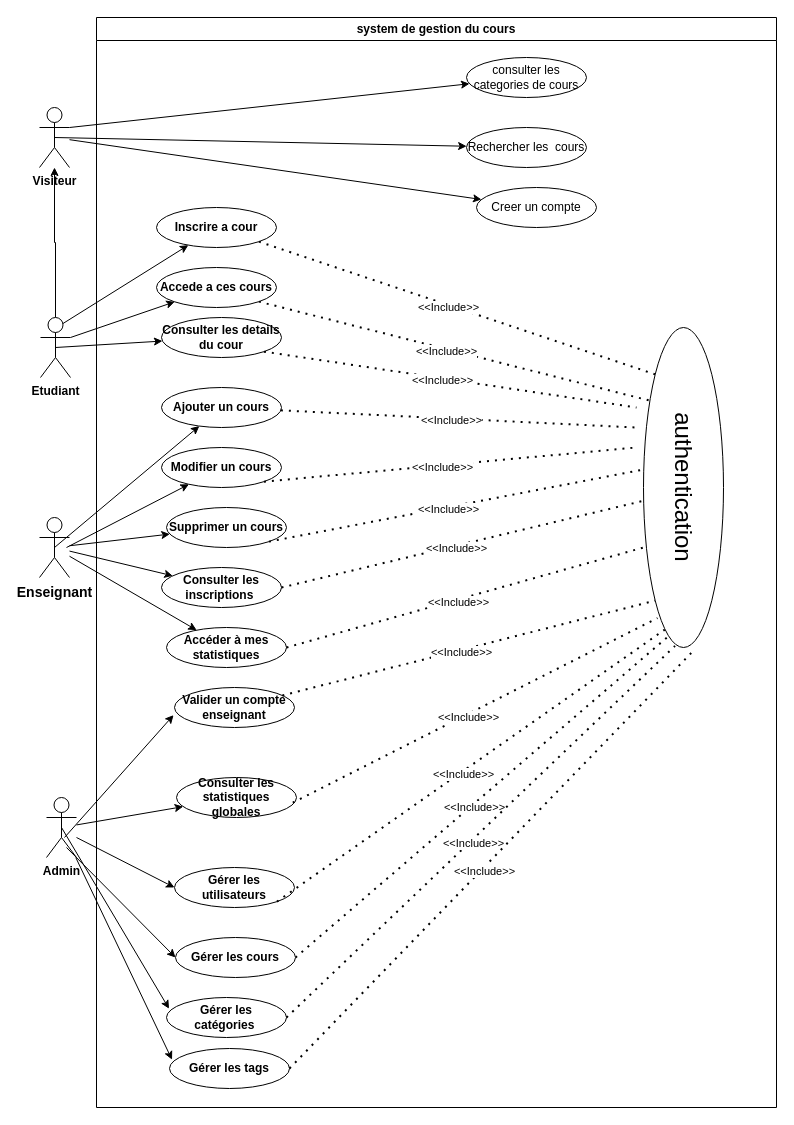
This is Diagramm/Use case.drawio from Abdelmoudiri/Youdemy, a draw.io file, before an edit. Source tidied: cells renumbered, new cells numbered last; positions are measured from the earlier drawing's top-left corner, leaving out a move shared by most shapes. Both pictures are drawn from the tidied source at 100%, with x=0, y=0 at pixel (39, 17).
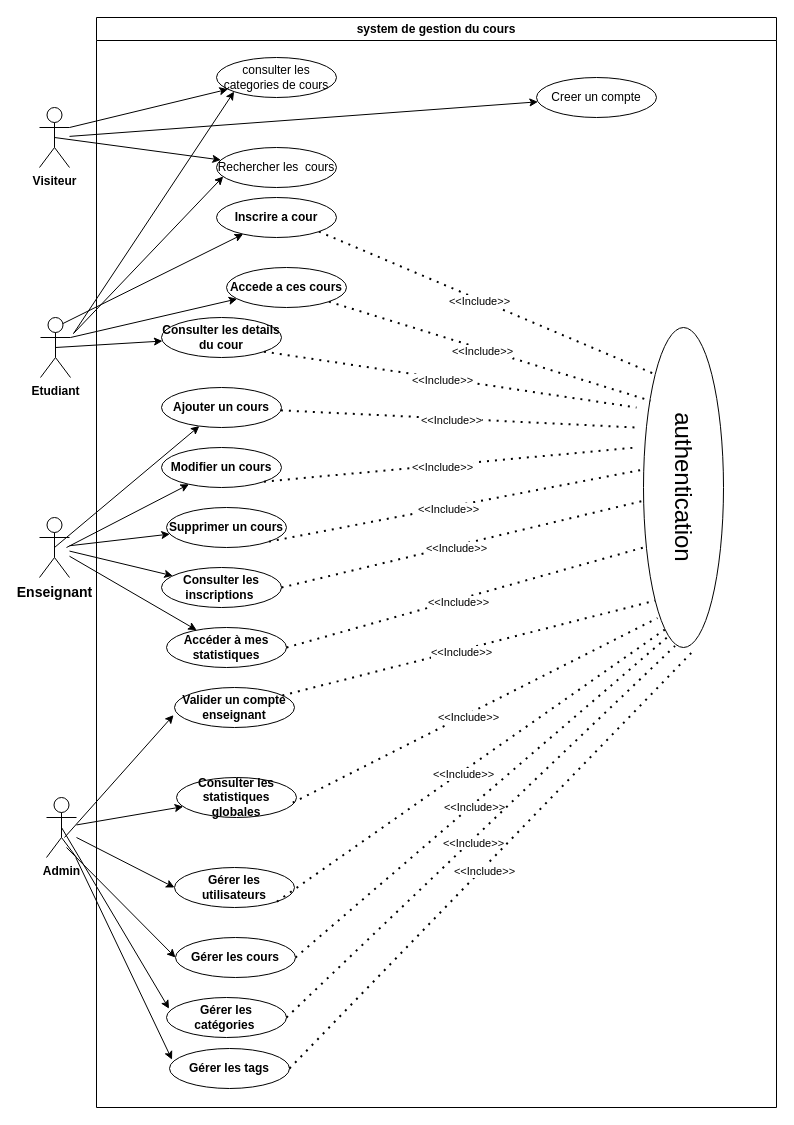
The same page after the edit.

Commit message (it also covers changes not shown here):
ajouter le diagrame de class

Unchanged cells that the change refers to:
```xml
<mxCell id="2" value="system de gestion du cours" style="swimlane;whiteSpace=wrap;html=1;startSize=23;" parent="1" vertex="1">
  <mxGeometry x="57" width="680" height="1090" as="geometry" />
</mxCell>
<mxCell id="54" value="&lt;b&gt;Etudiant&lt;/b&gt;" style="shape=umlActor;verticalLabelPosition=bottom;verticalAlign=top;html=1;outlineConnect=0;" parent="1" vertex="1">
  <mxGeometry x="1" y="300" width="30" height="60" as="geometry" />
</mxCell>
<mxCell id="56" value="&lt;b&gt;Visiteur&lt;/b&gt;" style="shape=umlActor;verticalLabelPosition=bottom;verticalAlign=top;html=1;outlineConnect=0;" parent="1" vertex="1">
  <mxGeometry y="90" width="30" height="60" as="geometry" />
</mxCell>
```

Diff of the diagram source:
```diff
@@
     <mxCell id="3" value="consulter les categories de cours" style="ellipse;whiteSpace=wrap;html=1;" parent="2" vertex="1">
-      <mxGeometry x="370" y="40" width="120" height="40" as="geometry" />
+      <mxGeometry x="120" y="40" width="120" height="40" as="geometry" />
     </mxCell>
     <mxCell id="4" value="Rechercher les&amp;nbsp; cours" style="ellipse;whiteSpace=wrap;html=1;" parent="2" vertex="1">
-      <mxGeometry x="370" y="110" width="120" height="40" as="geometry" />
+      <mxGeometry x="120" y="130" width="120" height="40" as="geometry" />
     </mxCell>
     <mxCell id="5" value="Creer un compte" style="ellipse;whiteSpace=wrap;html=1;" parent="2" vertex="1">
-      <mxGeometry x="380" y="170" width="120" height="40" as="geometry" />
+      <mxGeometry x="440" y="60" width="120" height="40" as="geometry" />
     </mxCell>
     <mxCell id="6" value="&lt;b&gt;Inscrire a cour&lt;/b&gt;" style="ellipse;whiteSpace=wrap;html=1;" parent="2" vertex="1">
-      <mxGeometry x="60" y="190" width="120" height="40" as="geometry" />
+      <mxGeometry x="120" y="180" width="120" height="40" as="geometry" />
     </mxCell>
     <mxCell id="7" value="&lt;b&gt;Accede a ces cours&lt;/b&gt;" style="ellipse;whiteSpace=wrap;html=1;" parent="2" vertex="1">
-      <mxGeometry x="60" y="250" width="120" height="40" as="geometry" />
+      <mxGeometry x="130" y="250" width="120" height="40" as="geometry" />
     </mxCell>
@@
-    <mxCell id="53" style="edgeStyle=orthogonalEdgeStyle;rounded=0;jettySize=auto;html=1;" parent="1" edge="1" source="54" target="56">
-      <mxGeometry relative="1" as="geometry" />
-    </mxCell>
@@
+    <mxCell id="71" style="rounded=0;jettySize=auto;html=1;exitX=0.75;exitY=0.1;exitDx=0;exitDy=0;exitPerimeter=0;entryX=0;entryY=1;entryDx=0;entryDy=0;" parent="1" edge="1" target="3">
+      <mxGeometry relative="1" as="geometry">
+        <mxPoint x="34" y="316" as="sourcePoint" />
+      </mxGeometry>
+    </mxCell>
+    <mxCell id="72" style="rounded=0;jettySize=auto;html=1;exitX=0.75;exitY=0.1;exitDx=0;exitDy=0;exitPerimeter=0;entryX=0.056;entryY=0.725;entryDx=0;entryDy=0;entryPerimeter=0;" parent="1" edge="1" target="4">
+      <mxGeometry relative="1" as="geometry">
+        <mxPoint x="34" y="316" as="sourcePoint" />
+      </mxGeometry>
+    </mxCell>
```
